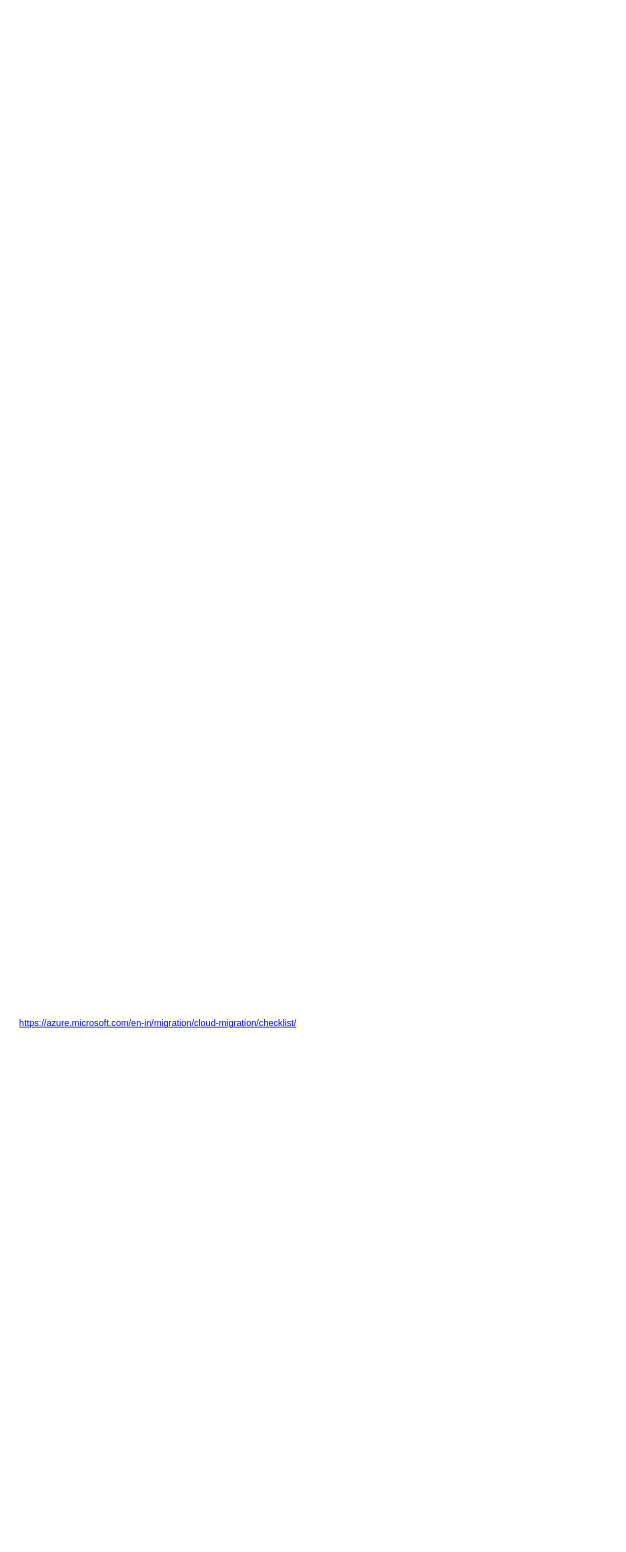
This is page "Checklist" (5 of 9) of Devops_Presentation.drawio from gonchigars/awesome-startup-credits, a draw.io file, before an edit. Source tidied: cells renumbered, new cells numbered last; positions are measured from the earlier drawing's top-left corner, leaving out a move shared by most shapes. Both pictures are drawn from the tidied source at 76%, with x=0, y=0 at pixel (13, 1015).
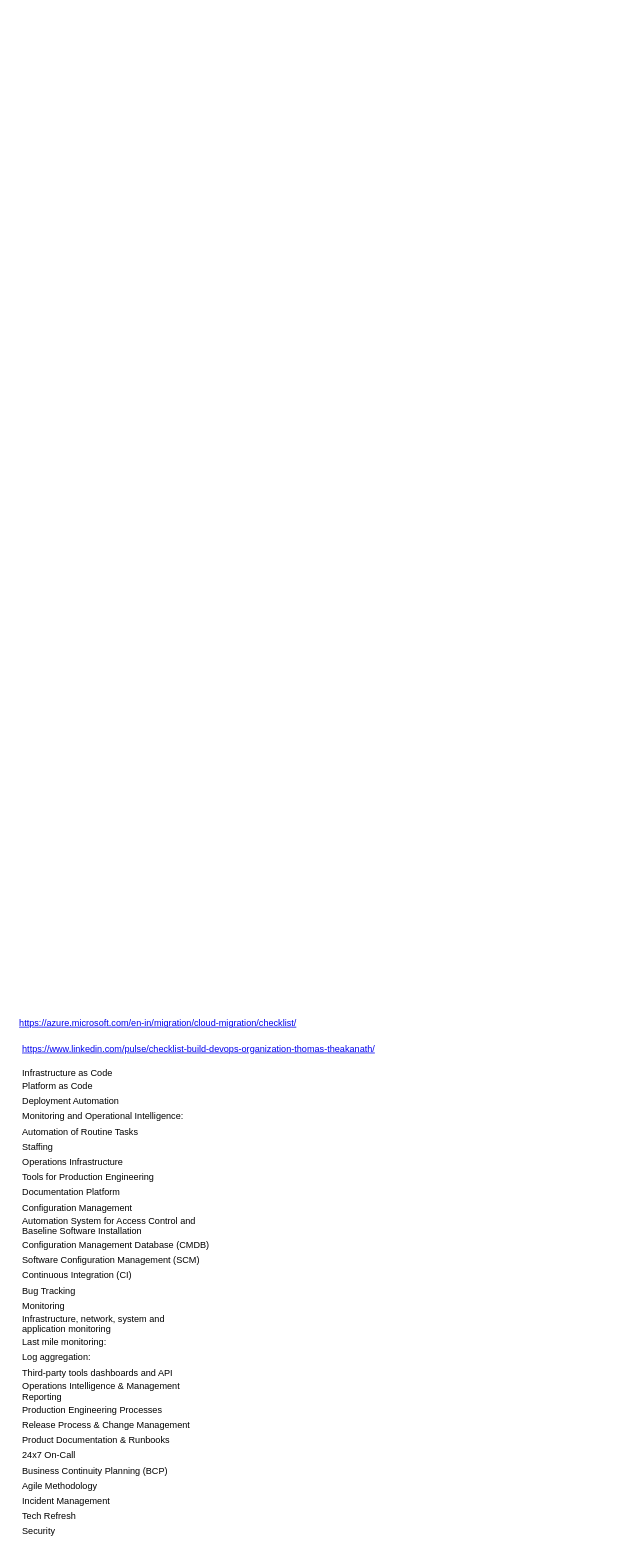
The same diagram, later.

What changed in the source:
```diff
@@
 <mxGraphModel>
   <root>
     <mxCell id="0" />
     <mxCell id="1" parent="0" />
     <mxCell id="2" value="&lt;a href=&quot;https://azure.microsoft.com/en-in/migration/cloud-migration/checklist/&quot;&gt;https://azure.microsoft.com/en-in/migration/cloud-migration/checklist/&lt;/a&gt;" style="text;html=1;align=center;verticalAlign=middle;strokeColor=none;fillColor=none;" parent="1" vertex="1">
       <mxGeometry width="380" height="20" as="geometry" />
     </mxCell>
+    <mxCell id="3" value="&lt;br&gt;&lt;br&gt;&lt;br&gt;&lt;br&gt;&lt;br&gt;&lt;br&gt;&lt;br&gt;&lt;br&gt;&lt;br&gt;&lt;br&gt;&lt;br&gt;&lt;br&gt;&lt;br&gt;&lt;br&gt;&lt;br&gt;&lt;br&gt;&lt;br&gt;&lt;br&gt;&lt;br&gt;&lt;br&gt;&lt;br&gt;&lt;br&gt;&lt;br&gt;&lt;br&gt;&lt;br&gt;&lt;br&gt;&lt;br&gt;&lt;br&gt;&lt;br&gt;&lt;br&gt;&lt;br&gt;&lt;br&gt;&lt;br&gt;&lt;br&gt;&lt;br&gt;&lt;br&gt;&lt;br&gt;&lt;br&gt;&lt;br&gt;&lt;br&gt;&lt;br&gt;&lt;br&gt;&lt;br&gt;&lt;br&gt;&lt;br&gt;&lt;br&gt;&lt;br&gt;&lt;br&gt;&lt;br&gt;&lt;br&gt;&lt;br&gt;&lt;br&gt;&lt;br&gt;&lt;br&gt;&lt;br&gt;&lt;br&gt;&lt;br&gt;&lt;br&gt;&lt;br&gt;&lt;br&gt;&lt;br&gt;&lt;br&gt;&lt;br&gt;&lt;br&gt;&lt;br&gt;&lt;br&gt;&lt;br&gt;&lt;br&gt;&lt;br&gt;&lt;br&gt;&lt;br&gt;&lt;br&gt;&lt;br&gt;&lt;br&gt;&lt;br&gt;&lt;br&gt;&lt;br&gt;&lt;br&gt;&lt;br&gt;&lt;br&gt;&lt;br&gt;&lt;br&gt;&lt;br&gt;&lt;br&gt;&lt;br&gt;&lt;br&gt;&lt;br&gt;&lt;br&gt;&lt;br&gt;&lt;br&gt;&lt;br&gt;&lt;br&gt;&lt;br&gt;&lt;br&gt;&lt;table border=&quot;0&quot; cellpadding=&quot;0&quot; cellspacing=&quot;0&quot; width=&quot;769&quot; style=&quot;border-collapse: collapse ; width: 577pt&quot;&gt; &lt;colgroup&gt;&lt;col width=&quot;769&quot; style=&quot;width: 577pt&quot;&gt;&lt;/colgroup&gt; &lt;tbody&gt;&lt;tr style=&quot;height: 15.0pt&quot;&gt;  &lt;td height=&quot;20&quot; class=&quot;xl65&quot; width=&quot;769&quot; style=&quot;height: 15.0pt ; width: 577pt&quot;&gt;&lt;a href=&quot;https://www.linkedin.com/pulse/checklist-build-devops-organization-thomas-theakanath/&quot;&gt;https://www.linkedin.com/pulse/checklist-build-devops-organization-thomas-theakanath/&lt;/a&gt;&lt;/td&gt; &lt;/tr&gt; &lt;tr style=&quot;height: 15.0pt&quot;&gt;  &lt;td height=&quot;20&quot; style=&quot;height: 15.0pt&quot;&gt;&lt;br&gt;Infrastructure as Code&lt;/td&gt; &lt;/tr&gt; &lt;tr style=&quot;height: 15.0pt&quot;&gt;  &lt;td height=&quot;20&quot; style=&quot;height: 15.0pt&quot;&gt;Platform as Code&lt;/td&gt; &lt;/tr&gt; &lt;tr style=&quot;height: 15.0pt&quot;&gt;  &lt;td height=&quot;20&quot; style=&quot;height: 15.0pt&quot;&gt;Deployment Automation&lt;/td&gt; &lt;/tr&gt; &lt;tr style=&quot;height: 15.0pt&quot;&gt;  &lt;td height=&quot;20&quot; style=&quot;height: 15.0pt&quot;&gt;Monitoring and Operational Intelligence:&lt;/td&gt; &lt;/tr&gt; &lt;tr style=&quot;height: 15.0pt&quot;&gt;  &lt;td height=&quot;20&quot; style=&quot;height: 15.0pt&quot;&gt;Automation of Routine Tasks&lt;/td&gt; &lt;/tr&gt; &lt;tr style=&quot;height: 15.0pt&quot;&gt;  &lt;td height=&quot;20&quot; style=&quot;height: 15.0pt&quot;&gt;Staffing&lt;/td&gt; &lt;/tr&gt; &lt;tr style=&quot;height: 15.0pt&quot;&gt;  &lt;td height=&quot;20&quot; style=&quot;height: 15.0pt&quot;&gt;Operations Infrastructure&lt;/td&gt; &lt;/tr&gt; &lt;tr style=&quot;height: 15.0pt&quot;&gt;  &lt;td height=&quot;20&quot; style=&quot;height: 15.0pt&quot;&gt;Tools for Production Engineering&lt;/td&gt; &lt;/tr&gt; &lt;tr style=&quot;height: 15.0pt&quot;&gt;  &lt;td height=&quot;20&quot; style=&quot;height: 15.0pt&quot;&gt;Documentation Platform&lt;/td&gt; &lt;/tr&gt; &lt;tr style=&quot;height: 15.0pt&quot;&gt;  &lt;td height=&quot;20&quot; class=&quot;xl64&quot; style=&quot;height: 15.0pt&quot;&gt;Configuration Management&lt;/td&gt; &lt;/tr&gt; &lt;tr style=&quot;height: 15.0pt&quot;&gt;  &lt;td height=&quot;20&quot; style=&quot;height: 15.0pt&quot;&gt;Automation System for Access Control and&lt;br&gt;  Baseline Software Installation&lt;/td&gt; &lt;/tr&gt; &lt;tr style=&quot;height: 15.0pt&quot;&gt;  &lt;td height=&quot;20&quot; style=&quot;height: 15.0pt&quot;&gt;Configuration Management Database (CMDB)&lt;/td&gt; &lt;/tr&gt; &lt;tr style=&quot;height: 15.0pt&quot;&gt;  &lt;td height=&quot;20&quot; style=&quot;height: 15.0pt&quot;&gt;Software Configuration Management (SCM)&lt;/td&gt; &lt;/tr&gt; &lt;tr style=&quot;height: 15.0pt&quot;&gt;  &lt;td height=&quot;20&quot; class=&quot;xl64&quot; style=&quot;height: 15.0pt&quot;&gt;Continuous Integration (CI)&lt;/td&gt; &lt;/tr&gt; &lt;tr style=&quot;height: 15.0pt&quot;&gt;  &lt;td height=&quot;20&quot; style=&quot;height: 15.0pt&quot;&gt;Bug Tracking&lt;/td&gt; &lt;/tr&gt; &lt;tr style=&quot;height: 15.0pt&quot;&gt;  &lt;td height=&quot;20&quot; class=&quot;xl64&quot; style=&quot;height: 15.0pt&quot;&gt;Monitoring&lt;/td&gt; &lt;/tr&gt; &lt;tr style=&quot;height: 15.0pt&quot;&gt;  &lt;td height=&quot;20&quot; style=&quot;height: 15.0pt&quot;&gt;Infrastructure, network, system and&lt;br&gt;  application monitoring&lt;/td&gt; &lt;/tr&gt; &lt;tr style=&quot;height: 15.0pt&quot;&gt;  &lt;td height=&quot;20&quot; class=&quot;xl64&quot; style=&quot;height: 15.0pt&quot;&gt;Last mile monitoring:&lt;/td&gt; &lt;/tr&gt; &lt;tr style=&quot;height: 15.0pt&quot;&gt;  &lt;td height=&quot;20&quot; style=&quot;height: 15.0pt&quot;&gt;Log aggregation:&lt;/td&gt; &lt;/tr&gt; &lt;tr style=&quot;height: 15.0pt&quot;&gt;  &lt;td height=&quot;20&quot; style=&quot;height: 15.0pt&quot;&gt;Third-party tools dashboards and API&lt;/td&gt; &lt;/tr&gt; &lt;tr style=&quot;height: 15.0pt&quot;&gt;  &lt;td height=&quot;20&quot; style=&quot;height: 15.0pt&quot;&gt;Operations Intelligence &amp;amp; Management&lt;br&gt;  Reporting&lt;/td&gt; &lt;/tr&gt; &lt;tr style=&quot;height: 15.0pt&quot;&gt;  &lt;td height=&quot;20&quot; style=&quot;height: 15.0pt&quot;&gt;Production Engineering Processes&lt;/td&gt; &lt;/tr&gt; &lt;tr style=&quot;height: 15.0pt&quot;&gt;  &lt;td height=&quot;20&quot; style=&quot;height: 15.0pt&quot;&gt;Release Process &amp;amp; Change Management&lt;/td&gt; &lt;/tr&gt; &lt;tr style=&quot;height: 15.0pt&quot;&gt;  &lt;td height=&quot;20&quot; style=&quot;height: 15.0pt&quot;&gt;Product Documentation &amp;amp; Runbooks&lt;/td&gt; &lt;/tr&gt; &lt;tr style=&quot;height: 15.0pt&quot;&gt;  &lt;td height=&quot;20&quot; style=&quot;height: 15.0pt&quot;&gt;24x7 On-Call&lt;/td&gt; &lt;/tr&gt; &lt;tr style=&quot;height: 15.0pt&quot;&gt;  &lt;td height=&quot;20&quot; style=&quot;height: 15.0pt&quot;&gt;Business Continuity Planning (BCP)&lt;/td&gt; &lt;/tr&gt; &lt;tr style=&quot;height: 15.0pt&quot;&gt;  &lt;td height=&quot;20&quot; style=&quot;height: 15.0pt&quot;&gt;Agile Methodology&lt;/td&gt; &lt;/tr&gt; &lt;tr style=&quot;height: 15.0pt&quot;&gt;  &lt;td height=&quot;20&quot; style=&quot;height: 15.0pt&quot;&gt;Incident Management&lt;/td&gt; &lt;/tr&gt; &lt;tr style=&quot;height: 15.0pt&quot;&gt;  &lt;td height=&quot;20&quot; style=&quot;height: 15.0pt&quot;&gt;Tech Refresh&lt;/td&gt; &lt;/tr&gt; &lt;tr style=&quot;height: 15.0pt&quot;&gt;  &lt;td height=&quot;20&quot; style=&quot;height: 15.0pt&quot;&gt;Security&lt;/td&gt; &lt;/tr&gt;&lt;/tbody&gt;&lt;/table&gt;" style="text;html=1;align=left;verticalAlign=middle;strokeColor=none;fillColor=none;" parent="1" vertex="1">
+      <mxGeometry x="10" y="-1300" width="780" height="1970" as="geometry" />
+    </mxCell>
   </root>
 </mxGraphModel>
```
